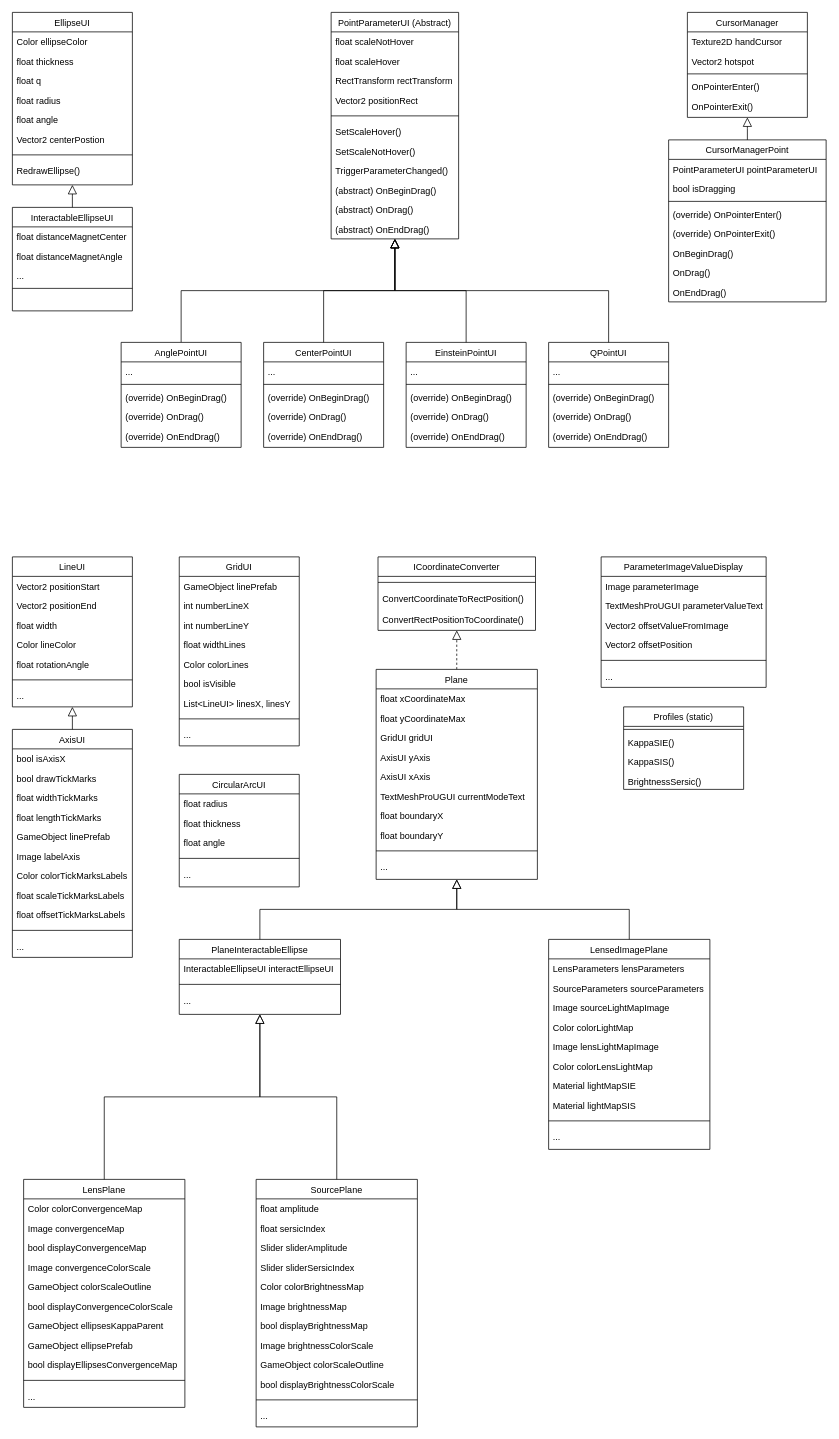
Before: IGLOO_Diagram.drawio in shoutizix/DiagramIGLOO, a draw.io diagram. Source tidied: cells renumbered, new cells numbered last; positions are measured from the earlier drawing's top-left corner, leaving out a move shared by most shapes. Both pictures are drawn from the tidied source at 75%, with x=0, y=0 at pixel (12, 12).
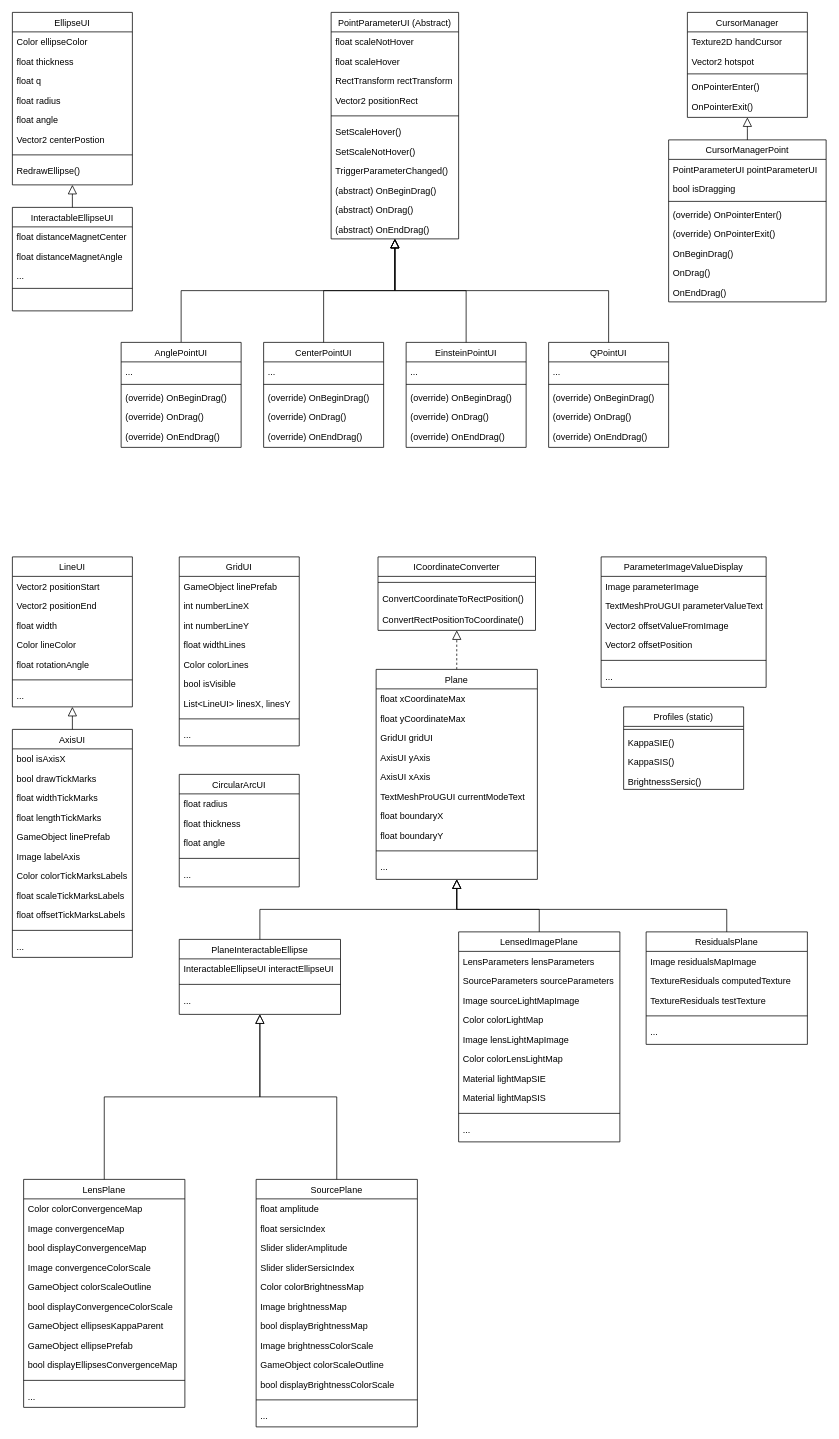
The same page after the edit.

Unchanged cells that the change refers to:
```xml
<mxCell id="122" value="Plane" style="swimlane;fontStyle=0;align=center;verticalAlign=top;horizontal=1;startSize=26;rounded=0;shadow=0;strokeWidth=1;" parent="1" vertex="1">
  <mxGeometry x="485" y="876" width="215" height="280" as="geometry" />
</mxCell>
```

Diff of the diagram source:
```diff
@@
     <mxCell id="170" value="LensedImagePlane" style="swimlane;fontStyle=0;align=center;verticalAlign=top;horizontal=1;startSize=26;rounded=0;shadow=0;strokeWidth=1;" parent="1" vertex="1">
-      <mxGeometry x="715" y="1236" width="215" height="280" as="geometry" />
+      <mxGeometry x="595" y="1226" width="215" height="280" as="geometry" />
     </mxCell>
@@
+    <mxCell id="182" value="ResidualsPlane" style="swimlane;fontStyle=0;align=center;verticalAlign=top;horizontal=1;startSize=26;rounded=0;shadow=0;strokeWidth=1;" parent="1" vertex="1">
+      <mxGeometry x="845" y="1226" width="215" height="150" as="geometry" />
+    </mxCell>
+    <mxCell id="183" value="Image residualsMapImage" style="text;align=left;verticalAlign=top;spacingLeft=4;spacingRight=4;overflow=hidden;rounded=0;shadow=0;html=0;" parent="182" vertex="1">
+      <mxGeometry y="26" width="215" height="26" as="geometry" />
+    </mxCell>
+    <mxCell id="184" value="TextureResiduals computedTexture" style="text;align=left;verticalAlign=top;spacingLeft=4;spacingRight=4;overflow=hidden;rounded=0;shadow=0;html=0;" parent="182" vertex="1">
+      <mxGeometry y="52" width="215" height="26" as="geometry" />
+    </mxCell>
+    <mxCell id="185" value="TextureResiduals testTexture" style="text;align=left;verticalAlign=top;spacingLeft=4;spacingRight=4;overflow=hidden;rounded=0;shadow=0;html=0;" parent="182" vertex="1">
+      <mxGeometry y="78" width="215" height="26" as="geometry" />
+    </mxCell>
+    <mxCell id="186" style="line;html=1;strokeWidth=1;align=left;verticalAlign=middle;spacingTop=-1;spacingLeft=3;spacingRight=3;labelPosition=right;" parent="182" vertex="1">
+      <mxGeometry y="104" width="215" height="16" as="geometry" />
+    </mxCell>
+    <mxCell id="187" value="..." style="text;align=left;verticalAlign=top;spacingLeft=4;spacingRight=4;overflow=hidden;" parent="182" vertex="1">
+      <mxGeometry y="120" width="215" height="28" as="geometry" />
+    </mxCell>
+    <mxCell id="188" style="edgeStyle=elbowEdgeStyle;rounded=0;jettySize=auto;html=1;endArrow=block;endFill=0;elbow=vertical;endSize=10;exitX=0.5;exitY=0;exitDx=0;exitDy=0;" parent="1" edge="1" source="182" target="122">
+      <mxGeometry relative="1" as="geometry">
+        <Array as="points">
+          <mxPoint x="765" y="1196" />
+        </Array>
+      </mxGeometry>
+    </mxCell>
```
